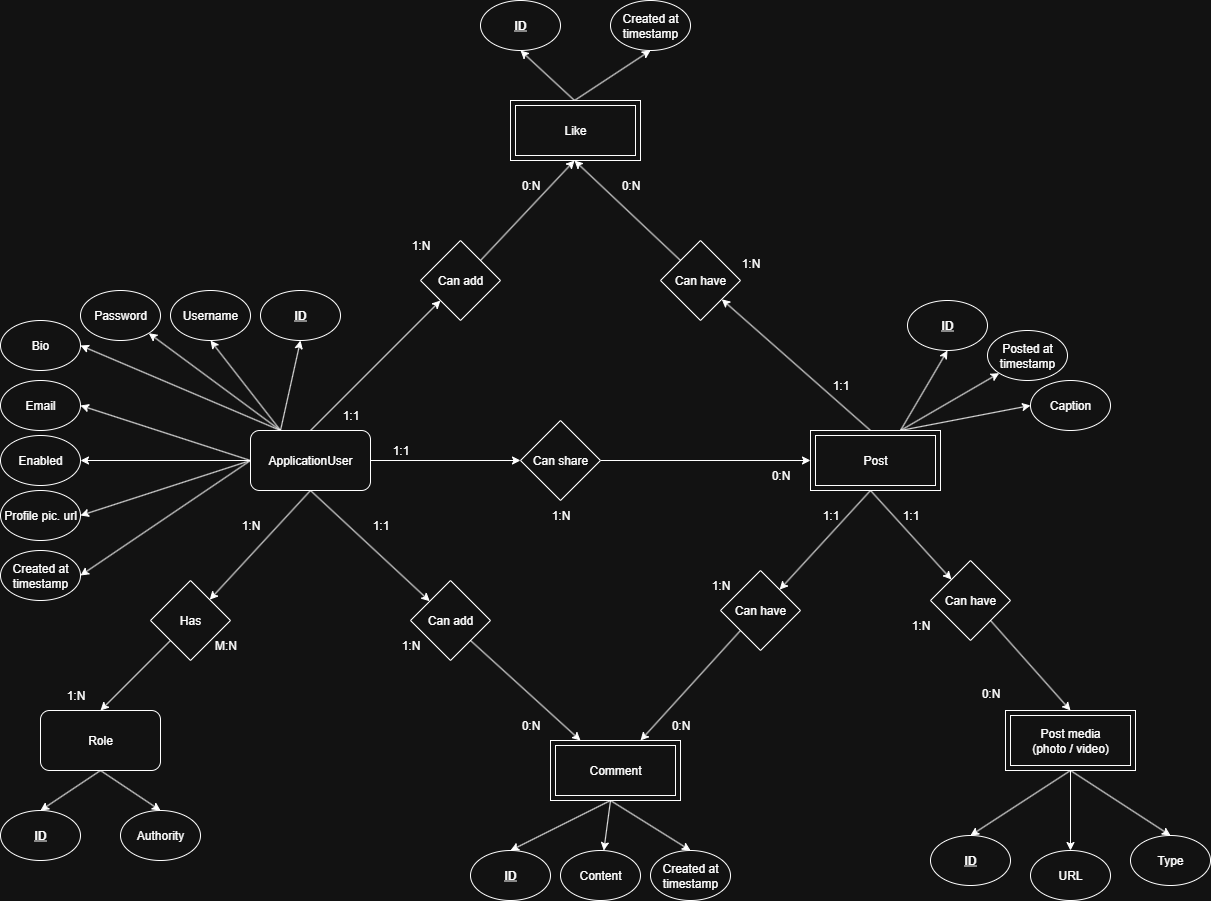
Above: documentation/ERD SocialKonnect.png in ChxrlieExe33/social-konnect-backend (draw.io), before the change. Source tidied: cells renumbered, new cells last; positions are measured from the earlier drawing's top-left corner, leaving out a move shared by most shapes.
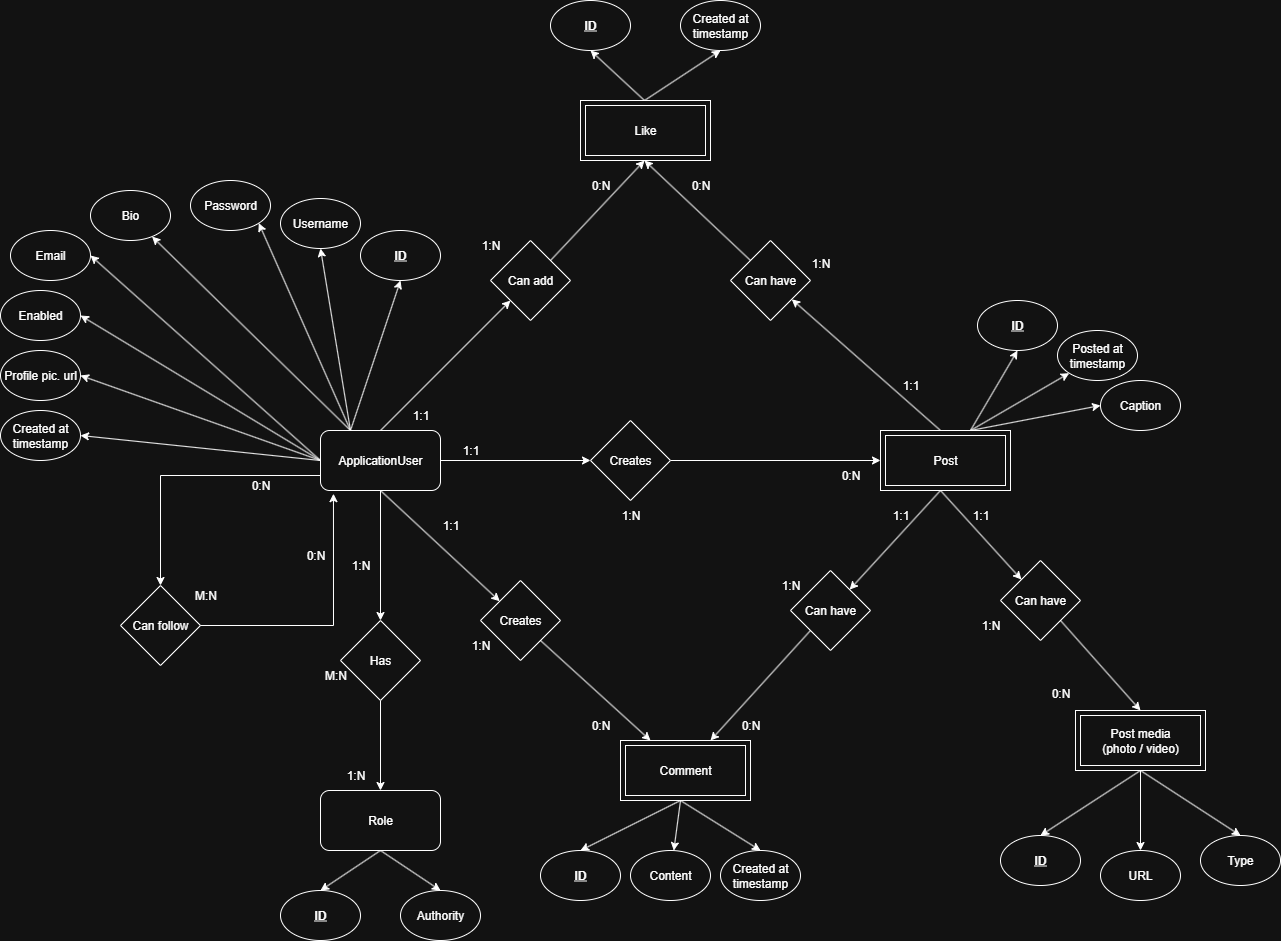
The same file after the commit.

The edit, as a diff of the source:
```diff
@@ -35,29 +35,32 @@
     <mxCell id="12" style="edgeStyle=none;rounded=0;jettySize=auto;html=1;exitX=0.25;exitY=0;exitDx=0;exitDy=0;entryX=1;entryY=1;entryDx=0;entryDy=0;" parent="1" edge="1" source="14" target="16">
       <mxGeometry relative="1" as="geometry" />
     </mxCell>
+    <mxCell id="92" style="edgeStyle=orthogonalEdgeStyle;rounded=0;jettySize=auto;html=1;exitX=0;exitY=0.75;exitDx=0;exitDy=0;" parent="1" edge="1" source="14" target="93">
+      <mxGeometry relative="1" as="geometry" />
+    </mxCell>
-    <mxCell id="13" style="edgeStyle=none;rounded=0;jettySize=auto;html=1;exitX=0.25;exitY=0;exitDx=0;exitDy=0;entryX=1;entryY=0.5;entryDx=0;entryDy=0;" parent="1" edge="1" source="14" target="18">
+    <mxCell id="13" style="edgeStyle=none;rounded=0;jettySize=auto;html=1;exitX=0.25;exitY=0;exitDx=0;exitDy=0;" parent="1" edge="1" source="14" target="18">
       <mxGeometry relative="1" as="geometry" />
     </mxCell>
     <mxCell id="14" value="ApplicationUser" style="rounded=1;whiteSpace=wrap;html=1;" parent="1" vertex="1">
       <mxGeometry x="250" y="430" width="120" height="60" as="geometry" />
     </mxCell>
     <mxCell id="15" value="Username" style="ellipse;whiteSpace=wrap;html=1;" parent="1" vertex="1">
-      <mxGeometry x="170" y="290" width="80" height="50" as="geometry" />
+      <mxGeometry x="210" y="198" width="80" height="50" as="geometry" />
     </mxCell>
     <mxCell id="16" value="Password" style="ellipse;whiteSpace=wrap;html=1;" parent="1" vertex="1">
-      <mxGeometry x="80" y="290" width="80" height="50" as="geometry" />
+      <mxGeometry x="120" y="180" width="80" height="50" as="geometry" />
     </mxCell>
     <mxCell id="17" value="&lt;b&gt;&lt;u&gt;ID&lt;/u&gt;&lt;/b&gt;" style="ellipse;whiteSpace=wrap;html=1;" parent="1" vertex="1">
-      <mxGeometry x="260" y="290" width="80" height="50" as="geometry" />
+      <mxGeometry x="290" y="230" width="80" height="50" as="geometry" />
     </mxCell>
     <mxCell id="18" value="Bio" style="ellipse;whiteSpace=wrap;html=1;" parent="1" vertex="1">
-      <mxGeometry y="320" width="80" height="50" as="geometry" />
+      <mxGeometry x="20" y="190" width="80" height="50" as="geometry" />
     </mxCell>
     <mxCell id="19" value="Email" style="ellipse;whiteSpace=wrap;html=1;" parent="1" vertex="1">
-      <mxGeometry y="380" width="80" height="50" as="geometry" />
+      <mxGeometry x="-60" y="230" width="80" height="50" as="geometry" />
     </mxCell>
     <mxCell id="20" value="Enabled" style="ellipse;whiteSpace=wrap;html=1;" parent="1" vertex="1">
-      <mxGeometry y="435" width="80" height="50" as="geometry" />
+      <mxGeometry x="-70" y="290" width="80" height="50" as="geometry" />
     </mxCell>
     <mxCell id="21" style="edgeStyle=none;rounded=0;jettySize=auto;html=1;exitX=0.5;exitY=1;exitDx=0;exitDy=0;entryX=0.5;entryY=0;entryDx=0;entryDy=0;" parent="1" edge="1" source="23" target="29">
       <mxGeometry relative="1" as="geometry" />
@@ -66,31 +69,31 @@
       <mxGeometry relative="1" as="geometry" />
     </mxCell>
     <mxCell id="23" value="Role" style="rounded=1;whiteSpace=wrap;html=1;" parent="1" vertex="1">
-      <mxGeometry x="40" y="710" width="120" height="60" as="geometry" />
+      <mxGeometry x="250" y="790" width="120" height="60" as="geometry" />
     </mxCell>
-    <mxCell id="24" style="edgeStyle=none;rounded=0;jettySize=auto;html=1;exitX=0;exitY=1;exitDx=0;exitDy=0;entryX=0.5;entryY=0;entryDx=0;entryDy=0;" parent="1" edge="1" source="25" target="23">
+    <mxCell id="24" style="edgeStyle=orthogonalEdgeStyle;rounded=0;jettySize=auto;html=1;exitX=0.5;exitY=1;exitDx=0;exitDy=0;entryX=0.5;entryY=0;entryDx=0;entryDy=0;" parent="1" edge="1" source="25" target="23">
       <mxGeometry relative="1" as="geometry" />
     </mxCell>
     <mxCell id="25" value="Has" style="rhombus;whiteSpace=wrap;html=1;" parent="1" vertex="1">
-      <mxGeometry x="150" y="580" width="80" height="80" as="geometry" />
+      <mxGeometry x="270" y="620" width="80" height="80" as="geometry" />
     </mxCell>
     <mxCell id="26" value="1:N" style="text;html=1;align=center;verticalAlign=middle;strokeColor=none;fillColor=none;" parent="1" vertex="1">
-      <mxGeometry x="230" y="510" width="40" height="30" as="geometry" />
+      <mxGeometry x="270" y="550" width="40" height="30" as="geometry" />
     </mxCell>
     <mxCell id="27" value="1:N" style="text;html=1;align=center;verticalAlign=middle;strokeColor=none;fillColor=none;" parent="1" vertex="1">
-      <mxGeometry x="55" y="680" width="40" height="30" as="geometry" />
+      <mxGeometry x="265" y="760" width="40" height="30" as="geometry" />
     </mxCell>
     <mxCell id="28" value="&lt;b&gt;&lt;u&gt;ID&lt;/u&gt;&lt;/b&gt;" style="ellipse;whiteSpace=wrap;html=1;" parent="1" vertex="1">
-      <mxGeometry y="810" width="80" height="50" as="geometry" />
+      <mxGeometry x="210" y="890" width="80" height="50" as="geometry" />
     </mxCell>
     <mxCell id="29" value="Authority" style="ellipse;whiteSpace=wrap;html=1;" parent="1" vertex="1">
-      <mxGeometry x="120" y="810" width="80" height="50" as="geometry" />
+      <mxGeometry x="330" y="890" width="80" height="50" as="geometry" />
     </mxCell>
     <mxCell id="30" value="M:N" style="text;html=1;align=center;verticalAlign=middle;strokeColor=none;fillColor=none;" parent="1" vertex="1">
-      <mxGeometry x="200" y="630" width="50" height="30" as="geometry" />
+      <mxGeometry x="240" y="660" width="50" height="30" as="geometry" />
     </mxCell>
     <mxCell id="31" value="Profile pic. url" style="ellipse;whiteSpace=wrap;html=1;" parent="1" vertex="1">
-      <mxGeometry y="490" width="80" height="50" as="geometry" />
+      <mxGeometry x="-70" y="350" width="80" height="50" as="geometry" />
     </mxCell>
     <mxCell id="32" style="edgeStyle=none;rounded=0;jettySize=auto;html=1;exitX=0.5;exitY=1;exitDx=0;exitDy=0;" parent="1" edge="1" target="50">
       <mxGeometry relative="1" as="geometry">
@@ -127,7 +130,7 @@
         <mxPoint x="810" y="460" as="targetPoint" />
       </mxGeometry>
     </mxCell>
-    <mxCell id="39" value="Can share" style="rhombus;whiteSpace=wrap;html=1;" parent="1" vertex="1">
+    <mxCell id="39" value="Creates" style="rhombus;whiteSpace=wrap;html=1;" parent="1" vertex="1">
       <mxGeometry x="520" y="420" width="80" height="80" as="geometry" />
     </mxCell>
     <mxCell id="40" value="0:N" style="text;html=1;align=center;verticalAlign=middle;strokeColor=none;fillColor=none;" parent="1" vertex="1">
@@ -226,7 +229,7 @@
         <mxPoint x="580" y="740" as="targetPoint" />
       </mxGeometry>
     </mxCell>
-    <mxCell id="66" value="Can add" style="rhombus;whiteSpace=wrap;html=1;" parent="1" vertex="1">
+    <mxCell id="66" value="Creates" style="rhombus;whiteSpace=wrap;html=1;" parent="1" vertex="1">
       <mxGeometry x="410" y="580" width="80" height="80" as="geometry" />
     </mxCell>
     <mxCell id="67" value="0:N" style="text;html=1;align=center;verticalAlign=middle;strokeColor=none;fillColor=none;" parent="1" vertex="1">
@@ -248,7 +251,7 @@
       <mxGeometry x="700" y="570" width="40" height="30" as="geometry" />
     </mxCell>
     <mxCell id="73" value="Created at&lt;div&gt;timestamp&lt;/div&gt;" style="ellipse;whiteSpace=wrap;html=1;" parent="1" vertex="1">
-      <mxGeometry y="550" width="80" height="50" as="geometry" />
+      <mxGeometry x="-70" y="410" width="80" height="50" as="geometry" />
     </mxCell>
     <mxCell id="74" style="edgeStyle=none;rounded=0;jettySize=auto;html=1;exitX=0.5;exitY=0;exitDx=0;exitDy=0;entryX=0.5;entryY=1;entryDx=0;entryDy=0;" parent="1" edge="1" target="81">
       <mxGeometry relative="1" as="geometry">
@@ -312,5 +315,20 @@
     <mxCell id="91" value="Post media&lt;div&gt;(photo / video)&lt;/div&gt;" style="shape=ext;margin=3;double=1;whiteSpace=wrap;html=1;align=center;" parent="1" vertex="1">
       <mxGeometry x="1005" y="710" width="130" height="60" as="geometry" />
     </mxCell>
+    <mxCell id="93" value="Can follow" style="rhombus;whiteSpace=wrap;html=1;" parent="1" vertex="1">
+      <mxGeometry x="50" y="585" width="80" height="80" as="geometry" />
+    </mxCell>
+    <mxCell id="94" style="edgeStyle=orthogonalEdgeStyle;rounded=0;jettySize=auto;html=1;entryX=0.108;entryY=1.053;entryDx=0;entryDy=0;entryPerimeter=0;" parent="1" edge="1" source="93" target="14">
+      <mxGeometry relative="1" as="geometry" />
+    </mxCell>
+    <mxCell id="95" value="M:N" style="text;html=1;align=center;verticalAlign=middle;strokeColor=none;fillColor=none;" parent="1" vertex="1">
+      <mxGeometry x="110" y="580" width="50" height="30" as="geometry" />
+    </mxCell>
+    <mxCell id="96" value="0:N" style="text;html=1;align=center;verticalAlign=middle;strokeColor=none;fillColor=none;" parent="1" vertex="1">
+      <mxGeometry x="225" y="540" width="40" height="30" as="geometry" />
+    </mxCell>
+    <mxCell id="97" value="0:N" style="text;html=1;align=center;verticalAlign=middle;strokeColor=none;fillColor=none;" parent="1" vertex="1">
+      <mxGeometry x="170" y="470" width="40" height="30" as="geometry" />
+    </mxCell>
   </root>
 </mxGraphModel>
```
